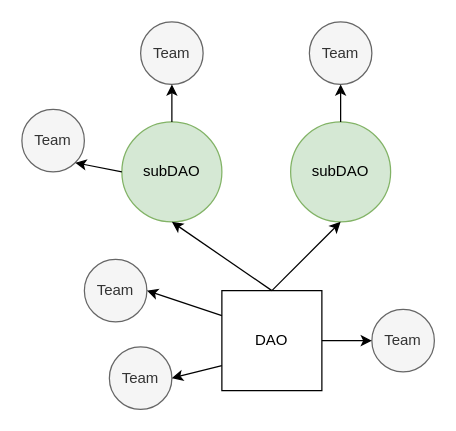
The draw.io diagram docs/dao-members/assets/diagrams/dao-subdao-teams.drawio in api3dao/old-api3-docs, before the edit. Source tidied: cells renumbered, new cells numbered last; positions are measured from the earlier drawing's top-left corner, leaving out a move shared by most shapes. Both pictures are drawn from the tidied source at 125%, with x=0, y=0 at pixel (21, 21).
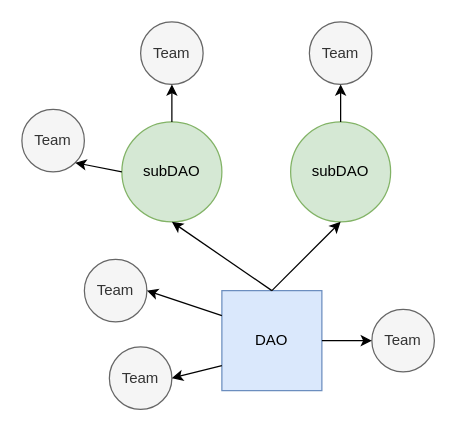
The same page after the edit.

The edit, as a diff of the source:
```diff
@@
 <mxGraphModel>
   <root>
     <mxCell id="0" />
     <mxCell id="1" parent="0" />
     <mxCell id="2" value="subDAO" style="ellipse;whiteSpace=wrap;html=1;fillColor=#d5e8d4;strokeColor=#82b366;" parent="1" vertex="1">
       <mxGeometry x="80" y="80" width="80" height="80" as="geometry" />
     </mxCell>
     <mxCell id="3" value="subDAO" style="ellipse;whiteSpace=wrap;html=1;fillColor=#d5e8d4;strokeColor=#82b366;" parent="1" vertex="1">
       <mxGeometry x="215" y="80" width="80" height="80" as="geometry" />
     </mxCell>
     <mxCell id="4" value="Team" style="ellipse;whiteSpace=wrap;html=1;fillColor=#f5f5f5;strokeColor=#666666;fontColor=#333333;" parent="1" vertex="1">
       <mxGeometry x="50" y="190" width="50" height="50" as="geometry" />
     </mxCell>
-    <mxCell id="5" value="DAO" style="whiteSpace=wrap;html=1;" parent="1" vertex="1">
+    <mxCell id="5" value="DAO" style="whiteSpace=wrap;html=1;fillColor=#dae8fc;strokeColor=#6c8ebf;" parent="1" vertex="1">
       <mxGeometry x="160" y="215" width="80" height="80" as="geometry" />
     </mxCell>
     <mxCell id="6" value="Team" style="ellipse;whiteSpace=wrap;html=1;fillColor=#f5f5f5;strokeColor=#666666;fontColor=#333333;" parent="1" vertex="1">
       <mxGeometry y="70" width="50" height="50" as="geometry" />
     </mxCell>
     <mxCell id="7" value="Team" style="ellipse;whiteSpace=wrap;html=1;fillColor=#f5f5f5;strokeColor=#666666;fontColor=#333333;" parent="1" vertex="1">
       <mxGeometry x="95" width="50" height="50" as="geometry" />
     </mxCell>
     <mxCell id="8" value="Team" style="ellipse;whiteSpace=wrap;html=1;fillColor=#f5f5f5;strokeColor=#666666;fontColor=#333333;" parent="1" vertex="1">
       <mxGeometry x="70" y="260" width="50" height="50" as="geometry" />
     </mxCell>
     <mxCell id="9" value="Team" style="ellipse;whiteSpace=wrap;html=1;fillColor=#f5f5f5;strokeColor=#666666;fontColor=#333333;" parent="1" vertex="1">
       <mxGeometry x="280" y="230" width="50" height="50" as="geometry" />
     </mxCell>
     <mxCell id="10" value="Team" style="ellipse;whiteSpace=wrap;html=1;fillColor=#f5f5f5;strokeColor=#666666;fontColor=#333333;" parent="1" vertex="1">
       <mxGeometry x="230" width="50" height="50" as="geometry" />
     </mxCell>
     <mxCell id="11" style="endArrow=classic;html=1;exitX=1;exitY=0.5;exitDx=0;exitDy=0;entryX=0;entryY=0.5;entryDx=0;entryDy=0;" parent="1" edge="1" source="5" target="9">
       <mxGeometry relative="1" as="geometry" />
     </mxCell>
     <mxCell id="12" style="endArrow=classic;html=1;entryX=0.5;entryY=1;entryDx=0;entryDy=0;exitX=0.5;exitY=0;exitDx=0;exitDy=0;" parent="1" edge="1" source="5" target="3">
       <mxGeometry relative="1" as="geometry" />
     </mxCell>
     <mxCell id="13" style="endArrow=classic;html=1;exitX=0.5;exitY=0;exitDx=0;exitDy=0;entryX=0.5;entryY=1;entryDx=0;entryDy=0;" parent="1" edge="1" source="5" target="2">
       <mxGeometry relative="1" as="geometry" />
     </mxCell>
     <mxCell id="14" style="endArrow=classic;html=1;exitX=0;exitY=0.75;exitDx=0;exitDy=0;entryX=1;entryY=0.5;entryDx=0;entryDy=0;" parent="1" edge="1" source="5" target="8">
       <mxGeometry relative="1" as="geometry" />
     </mxCell>
     <mxCell id="15" style="endArrow=classic;html=1;exitX=0;exitY=0.25;exitDx=0;exitDy=0;entryX=1;entryY=0.5;entryDx=0;entryDy=0;" parent="1" edge="1" source="5" target="4">
       <mxGeometry relative="1" as="geometry" />
     </mxCell>
     <mxCell id="16" style="endArrow=classic;html=1;entryX=1;entryY=1;entryDx=0;entryDy=0;" parent="1" edge="1" target="6">
       <mxGeometry relative="1" as="geometry">
         <mxPoint x="80" y="120" as="sourcePoint" />
       </mxGeometry>
     </mxCell>
     <mxCell id="17" style="endArrow=classic;html=1;entryX=0.5;entryY=1;entryDx=0;entryDy=0;exitX=0.5;exitY=0;exitDx=0;exitDy=0;" parent="1" edge="1" source="2" target="7">
       <mxGeometry relative="1" as="geometry" />
     </mxCell>
     <mxCell id="18" style="endArrow=classic;html=1;entryX=0.5;entryY=1;entryDx=0;entryDy=0;exitX=0.5;exitY=0;exitDx=0;exitDy=0;" parent="1" edge="1" source="3" target="10">
       <mxGeometry relative="1" as="geometry" />
     </mxCell>
   </root>
 </mxGraphModel>
```
